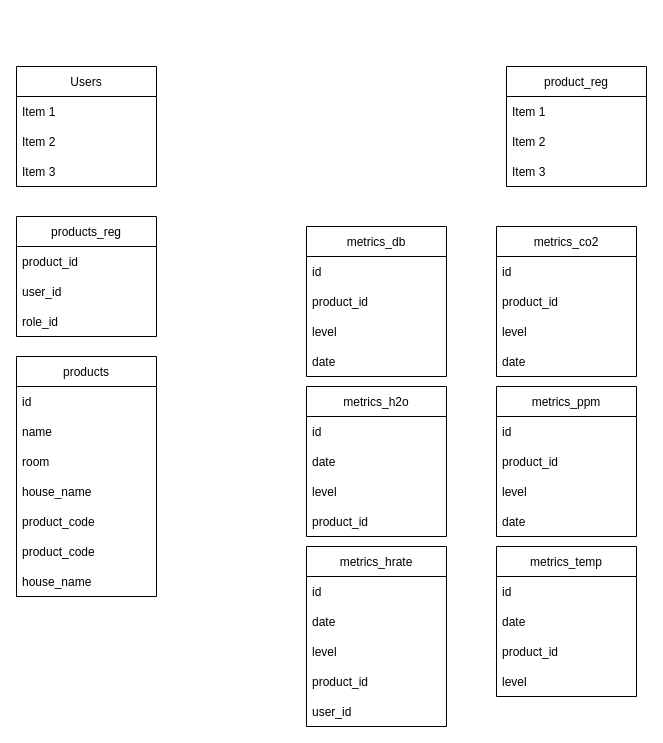
Before: bdd.drawio in HipppB/safeHub, a draw.io diagram. Source tidied: cells renumbered, new cells numbered last; positions are measured from the earlier drawing's top-left corner, leaving out a move shared by most shapes. Both pictures are drawn from the tidied source at 100%, with x=0, y=0 at pixel (16, 66).
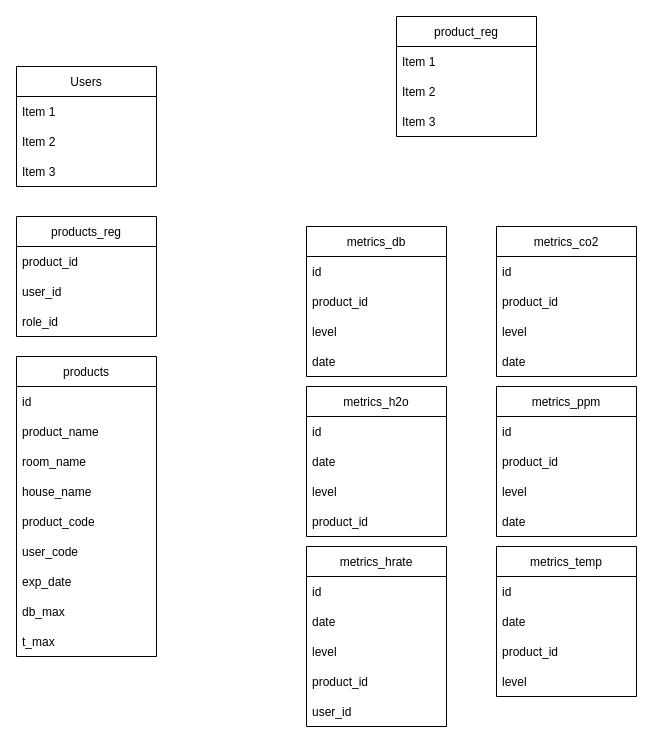
After the change.

Commit message (it also covers changes not shown here):
Mettre à jour bdd.drawio

Change to the diagram source:
```diff
@@
     <mxCell id="16" value="product_reg" style="swimlane;fontStyle=0;horizontal=1;startSize=30;" parent="1" vertex="1">
-      <mxGeometry x="490" width="140" height="120" as="geometry" />
+      <mxGeometry x="380" y="-50" width="140" height="120" as="geometry" />
     </mxCell>
@@
     <mxCell id="20" value="products" style="swimlane;fontStyle=0;horizontal=1;startSize=30;" parent="1" vertex="1">
-      <mxGeometry y="290" width="140" height="240" as="geometry" />
+      <mxGeometry y="290" width="140" height="300" as="geometry" />
     </mxCell>
@@
-    <mxCell id="22" value="name" style="text;strokeColor=none;fillColor=none;align=left;verticalAlign=middle;spacingLeft=4;spacingRight=4;overflow=hidden;" parent="20" vertex="1">
+    <mxCell id="22" value="product_name" style="text;strokeColor=none;fillColor=none;align=left;verticalAlign=middle;spacingLeft=4;spacingRight=4;overflow=hidden;" parent="20" vertex="1">
       <mxGeometry y="60" width="140" height="30" as="geometry" />
     </mxCell>
-    <mxCell id="23" value="room" style="text;strokeColor=none;fillColor=none;align=left;verticalAlign=middle;spacingLeft=4;spacingRight=4;overflow=hidden;" parent="20" vertex="1">
+    <mxCell id="23" value="room_name" style="text;strokeColor=none;fillColor=none;align=left;verticalAlign=middle;spacingLeft=4;spacingRight=4;overflow=hidden;" parent="20" vertex="1">
       <mxGeometry y="90" width="140" height="30" as="geometry" />
     </mxCell>
@@
-    <mxCell id="26" value="product_code" style="text;strokeColor=none;fillColor=none;align=left;verticalAlign=middle;spacingLeft=4;spacingRight=4;overflow=hidden;" parent="20" vertex="1">
+    <mxCell id="26" value="user_code" style="text;strokeColor=none;fillColor=none;align=left;verticalAlign=middle;spacingLeft=4;spacingRight=4;overflow=hidden;" parent="20" vertex="1">
       <mxGeometry y="180" width="140" height="30" as="geometry" />
     </mxCell>
-    <mxCell id="27" value="house_name" style="text;strokeColor=none;fillColor=none;align=left;verticalAlign=middle;spacingLeft=4;spacingRight=4;overflow=hidden;" parent="20" vertex="1">
+    <mxCell id="27" value="exp_date" style="text;strokeColor=none;fillColor=none;align=left;verticalAlign=middle;spacingLeft=4;spacingRight=4;overflow=hidden;" parent="20" vertex="1">
       <mxGeometry y="210" width="140" height="30" as="geometry" />
     </mxCell>
+    <mxCell id="53" value="db_max" style="text;strokeColor=none;fillColor=none;align=left;verticalAlign=middle;spacingLeft=4;spacingRight=4;overflow=hidden;" parent="20" vertex="1">
+      <mxGeometry y="240" width="140" height="30" as="geometry" />
+    </mxCell>
+    <mxCell id="54" value="t_max" style="text;strokeColor=none;fillColor=none;align=left;verticalAlign=middle;spacingLeft=4;spacingRight=4;overflow=hidden;" parent="20" vertex="1">
+      <mxGeometry y="270" width="140" height="30" as="geometry" />
+    </mxCell>
```
